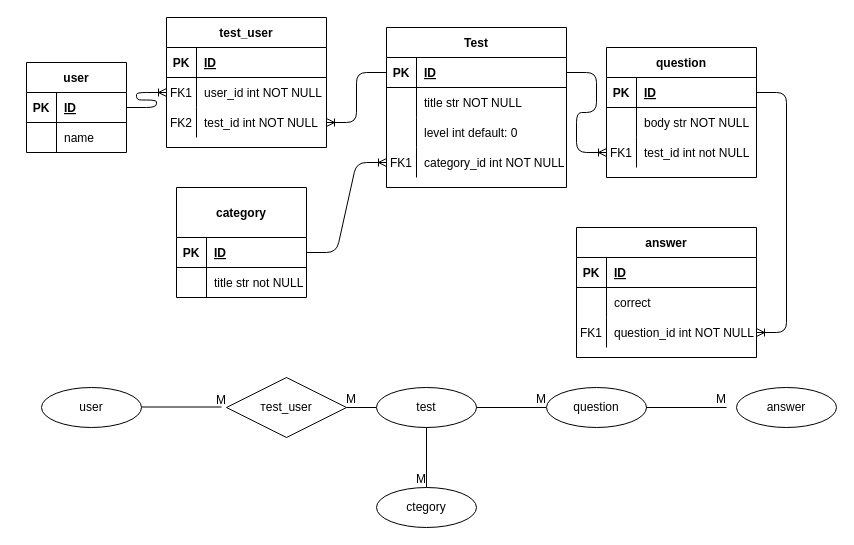
This is Untitled Diagram.drawio from YURARINGACHEV/ruby_on_rails, a draw.io file, before an edit. Source tidied: cells renumbered, new cells numbered last; positions are measured from the earlier drawing's top-left corner, leaving out a move shared by most shapes. Both pictures are drawn from the tidied source at 100%, with x=0, y=0 at pixel (26, 17).
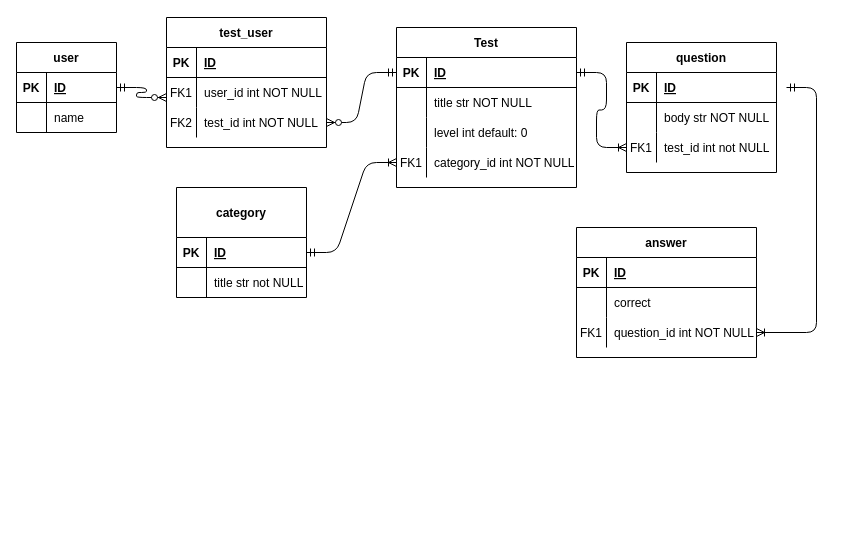
The same diagram, later.

The change refers to these unchanged cells:
```xml
<mxCell id="3" style="shape=partialRectangle;fillColor=none;top=0;left=0;bottom=1;right=0;points=[[0,0.5],[1,0.5]];portConstraint=eastwest;" parent="2" vertex="1">
  <mxGeometry y="30" width="100" height="30" as="geometry" />
</mxCell>
<mxCell id="13" style="shape=partialRectangle;fillColor=none;top=0;left=0;bottom=0;right=0;points=[[0,0.5],[1,0.5]];portConstraint=eastwest;" parent="9" vertex="1">
  <mxGeometry y="60" width="160" height="30" as="geometry" />
</mxCell>
<mxCell id="16" style="shape=partialRectangle;fillColor=none;top=0;left=0;bottom=0;right=0;points=[[0,0.5],[1,0.5]];portConstraint=eastwest;" parent="9" vertex="1">
  <mxGeometry y="90" width="160" height="30" as="geometry" />
</mxCell>
<mxCell id="20" style="shape=partialRectangle;fillColor=none;top=0;left=0;bottom=1;right=0;points=[[0,0.5],[1,0.5]];portConstraint=eastwest;" parent="19" vertex="1">
  <mxGeometry y="50" width="130" height="30" as="geometry" />
</mxCell>
<mxCell id="27" style="shape=partialRectangle;fillColor=none;top=0;left=0;bottom=1;right=0;points=[[0,0.5],[1,0.5]];portConstraint=eastwest;" parent="26" vertex="1">
  <mxGeometry y="30" width="150" height="30" as="geometry" />
</mxCell>
<mxCell id="33" style="shape=partialRectangle;fillColor=none;top=0;left=0;bottom=0;right=0;points=[[0,0.5],[1,0.5]];portConstraint=eastwest;" parent="26" vertex="1">
  <mxGeometry y="90" width="150" height="30" as="geometry" />
</mxCell>
<mxCell id="43" style="shape=partialRectangle;fillColor=none;top=0;left=0;bottom=0;right=0;points=[[0,0.5],[1,0.5]];portConstraint=eastwest;" parent="36" vertex="1">
  <mxGeometry y="90" width="180" height="30" as="geometry" />
</mxCell>
<mxCell id="47" style="shape=partialRectangle;fillColor=none;top=0;left=0;bottom=1;right=0;points=[[0,0.5],[1,0.5]];portConstraint=eastwest;" parent="46" vertex="1">
  <mxGeometry y="30" width="180" height="30" as="geometry" />
</mxCell>
<mxCell id="56" style="shape=partialRectangle;fillColor=none;top=0;left=0;bottom=0;right=0;points=[[0,0.5],[1,0.5]];portConstraint=eastwest;" parent="46" vertex="1">
  <mxGeometry y="120" width="180" height="30" as="geometry" />
</mxCell>
```

Change to the diagram source:
```diff
@@
     <mxCell id="2" value="user" style="shape=table;startSize=30;childLayout=tableLayout;rowLines=0;fontStyle=1;align=center;" parent="1" vertex="1">
-      <mxGeometry y="45" width="100" height="90" as="geometry" />
+      <mxGeometry x="-10" y="25" width="100" height="90" as="geometry" />
     </mxCell>
@@
     <mxCell id="26" value="question" style="shape=table;startSize=30;childLayout=tableLayout;rowLines=0;fontStyle=1;align=center;" parent="1" vertex="1">
-      <mxGeometry x="580" y="30" width="150" height="130" as="geometry" />
+      <mxGeometry x="600" y="25" width="150" height="130" as="geometry" />
     </mxCell>
@@
     <mxCell id="46" value="Test" style="shape=table;startSize=30;childLayout=tableLayout;rowLines=0;fontStyle=1;align=center;" parent="1" vertex="1">
-      <mxGeometry x="360" y="10" width="180" height="160" as="geometry" />
+      <mxGeometry x="370" y="10" width="180" height="160" as="geometry" />
     </mxCell>
@@
-    <mxCell id="59" style="edgeStyle=entityRelationEdgeStyle;fontSize=12;html=1;endArrow=ERoneToMany;startSize=30;exitX=1;exitY=0.5;exitDx=0;exitDy=0;" parent="1" edge="1" source="3" target="13">
-      <mxGeometry relative="1" as="geometry" />
-    </mxCell>
-    <mxCell id="60" style="edgeStyle=entityRelationEdgeStyle;fontSize=12;html=1;endArrow=ERoneToMany;startSize=30;entryX=1;entryY=0.5;entryDx=0;entryDy=0;exitX=0;exitY=0.5;exitDx=0;exitDy=0;" parent="1" edge="1" source="47" target="16">
-      <mxGeometry relative="1" as="geometry" />
-    </mxCell>
-    <mxCell id="61" style="edgeStyle=entityRelationEdgeStyle;fontSize=12;html=1;endArrow=ERoneToMany;startSize=30;exitX=1;exitY=0.5;exitDx=0;exitDy=0;entryX=0;entryY=0.5;entryDx=0;entryDy=0;" parent="1" edge="1" source="20" target="56">
+    <mxCell id="61" style="edgeStyle=entityRelationEdgeStyle;fontSize=12;html=1;endArrow=ERoneToMany;startArrow=ERmandOne;exitX=1;exitY=0.5;exitDx=0;exitDy=0;entryX=0;entryY=0.5;entryDx=0;entryDy=0;" parent="1" edge="1" source="20" target="56">
       <mxGeometry relative="1" as="geometry" />
     </mxCell>
-    <mxCell id="62" style="edgeStyle=entityRelationEdgeStyle;fontSize=12;html=1;endArrow=ERoneToMany;startSize=30;exitX=1;exitY=0.5;exitDx=0;exitDy=0;entryX=0;entryY=0.5;entryDx=0;entryDy=0;" parent="1" edge="1" source="47" target="33">
+    <mxCell id="62" style="edgeStyle=entityRelationEdgeStyle;fontSize=12;html=1;endArrow=ERoneToMany;startArrow=ERmandOne;exitX=1;exitY=0.5;exitDx=0;exitDy=0;entryX=0;entryY=0.5;entryDx=0;entryDy=0;" parent="1" edge="1" source="47" target="33">
       <mxGeometry relative="1" as="geometry" />
     </mxCell>
-    <mxCell id="63" style="edgeStyle=entityRelationEdgeStyle;fontSize=12;html=1;endArrow=ERoneToMany;exitX=1;exitY=0.5;exitDx=0;exitDy=0;entryX=1;entryY=0.5;entryDx=0;entryDy=0;" parent="1" edge="1" source="27" target="43">
-      <mxGeometry relative="1" as="geometry" />
-    </mxCell>
-    <mxCell id="64" value="тest_user" style="shape=rhombus;perimeter=rhombusPerimeter;whiteSpace=wrap;html=1;align=center;" parent="1" vertex="1">
-      <mxGeometry x="200" y="360" width="120" height="60" as="geometry" />
-    </mxCell>
-    <mxCell id="65" value="user" style="ellipse;whiteSpace=wrap;html=1;align=center;" parent="1" vertex="1">
-      <mxGeometry x="15" y="370" width="100" height="40" as="geometry" />
-    </mxCell>
-    <mxCell id="66" style="endArrow=none;html=1;rounded=0;" parent="1" edge="1">
-      <mxGeometry relative="1" as="geometry">
-        <mxPoint x="115" y="389.5" as="sourcePoint" />
-        <mxPoint x="195" y="389.5" as="targetPoint" />
-      </mxGeometry>
-    </mxCell>
-    <mxCell id="67" value="M" style="html=1;align=right;verticalAlign=bottom;" parent="66" vertex="1">
-      <mxGeometry x="1" relative="1" as="geometry">
-        <mxPoint x="5" y="1" as="offset" />
-      </mxGeometry>
-    </mxCell>
-    <mxCell id="68" style="endArrow=none;html=1;rounded=0;" parent="1" edge="1" target="70">
-      <mxGeometry relative="1" as="geometry">
-        <mxPoint x="320" y="390" as="sourcePoint" />
-      </mxGeometry>
-    </mxCell>
-    <mxCell id="69" value="M" style="html=1;align=right;verticalAlign=bottom;" parent="68" vertex="1">
-      <mxGeometry x="1" relative="1" as="geometry">
-        <mxPoint x="-20" as="offset" />
-      </mxGeometry>
-    </mxCell>
-    <mxCell id="70" value="test" style="ellipse;whiteSpace=wrap;html=1;align=center;" parent="1" vertex="1">
-      <mxGeometry x="350" y="370" width="100" height="40" as="geometry" />
-    </mxCell>
-    <mxCell id="71" style="endArrow=none;html=1;rounded=0;" parent="1" edge="1">
-      <mxGeometry relative="1" as="geometry">
-        <mxPoint x="450" y="390" as="sourcePoint" />
-        <mxPoint x="520" y="390" as="targetPoint" />
-      </mxGeometry>
-    </mxCell>
-    <mxCell id="72" value="M" style="html=1;align=right;verticalAlign=bottom;" parent="71" vertex="1">
-      <mxGeometry x="1" relative="1" as="geometry" />
-    </mxCell>
-    <mxCell id="73" value="question" style="ellipse;whiteSpace=wrap;html=1;align=center;" parent="1" vertex="1">
-      <mxGeometry x="520" y="370" width="100" height="40" as="geometry" />
-    </mxCell>
-    <mxCell id="74" style="endArrow=none;html=1;rounded=0;" parent="1" edge="1">
-      <mxGeometry relative="1" as="geometry">
-        <mxPoint x="620" y="390" as="sourcePoint" />
-        <mxPoint x="700" y="390" as="targetPoint" />
-      </mxGeometry>
-    </mxCell>
-    <mxCell id="75" value="M" style="html=1;align=right;verticalAlign=bottom;" parent="74" vertex="1">
-      <mxGeometry x="1" relative="1" as="geometry" />
-    </mxCell>
-    <mxCell id="76" value="answer" style="ellipse;whiteSpace=wrap;html=1;align=center;" parent="1" vertex="1">
-      <mxGeometry x="710" y="370" width="100" height="40" as="geometry" />
-    </mxCell>
-    <mxCell id="77" style="endArrow=none;html=1;rounded=0;" parent="1" edge="1" target="79">
-      <mxGeometry relative="1" as="geometry">
-        <mxPoint x="400" y="410" as="sourcePoint" />
-      </mxGeometry>
-    </mxCell>
-    <mxCell id="78" value="M" style="html=1;align=right;verticalAlign=bottom;" parent="77" vertex="1">
-      <mxGeometry x="1" relative="1" as="geometry" />
-    </mxCell>
-    <mxCell id="79" value="ctegory" style="ellipse;whiteSpace=wrap;html=1;align=center;" parent="1" vertex="1">
-      <mxGeometry x="350" y="470" width="100" height="40" as="geometry" />
-    </mxCell>
+    <mxCell id="80" style="edgeStyle=entityRelationEdgeStyle;fontSize=12;html=1;endArrow=ERoneToMany;startArrow=ERmandOne;" parent="1" edge="1" target="43">
+      <mxGeometry relative="1" as="geometry">
+        <mxPoint x="760" y="70" as="sourcePoint" />
+      </mxGeometry>
+    </mxCell>
+    <mxCell id="81" style="edgeStyle=entityRelationEdgeStyle;fontSize=12;html=1;endArrow=ERzeroToMany;startArrow=ERmandOne;exitX=1;exitY=0.5;exitDx=0;exitDy=0;" parent="1" edge="1" source="3">
+      <mxGeometry relative="1" as="geometry">
+        <mxPoint x="140" y="80" as="targetPoint" />
+      </mxGeometry>
+    </mxCell>
+    <mxCell id="60" style="edgeStyle=entityRelationEdgeStyle;fontSize=12;html=1;endArrow=ERzeroToMany;startArrow=ERmandOne;entryX=1;entryY=0.5;entryDx=0;entryDy=0;exitX=0;exitY=0.5;exitDx=0;exitDy=0;" parent="1" edge="1" source="47" target="16">
+      <mxGeometry relative="1" as="geometry" />
+    </mxCell>
```
